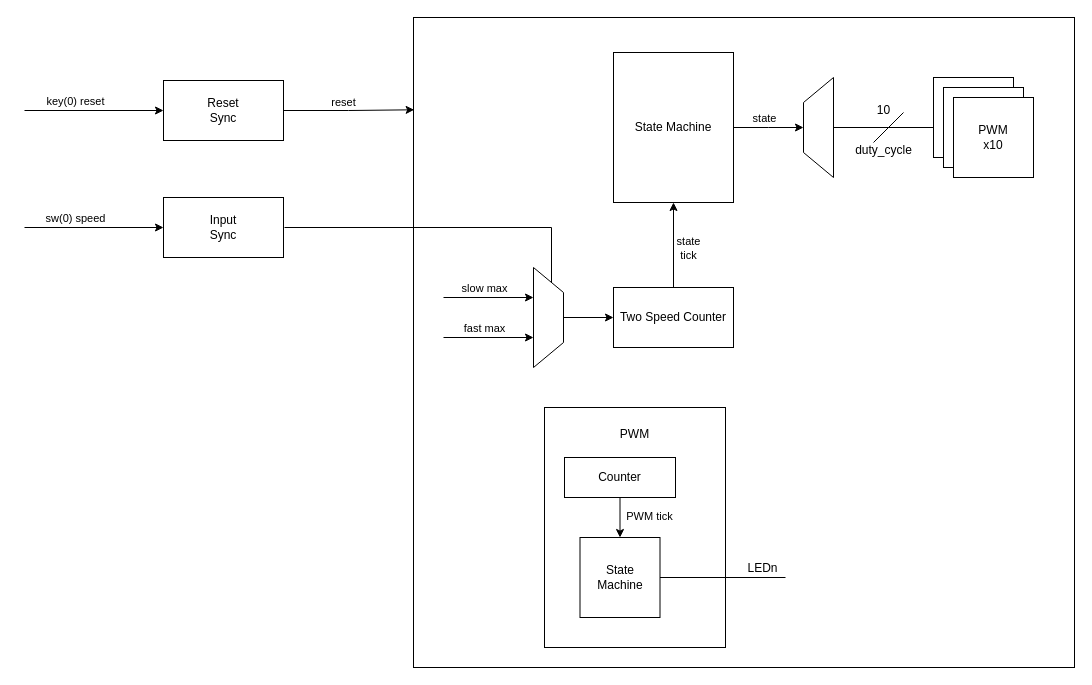
This is Diagrams/Lab 8/Lab 8 Block Diagram.drawio from Swenson-EE/EE457-Labs, a draw.io file, before an edit. Source tidied: cells renumbered, new cells numbered last; positions are measured from the earlier drawing's top-left corner, leaving out a move shared by most shapes. Both pictures are drawn from the tidied source at 100%, with x=0, y=0 at pixel (24, 17).
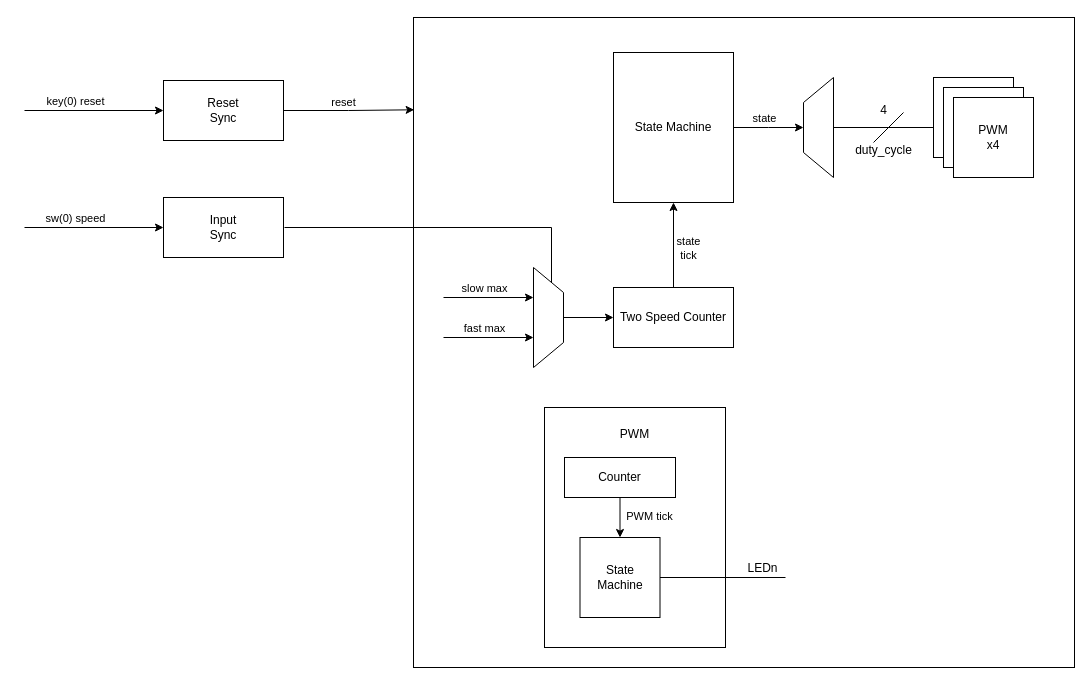
The same page after the edit.

Commit message:
Updated Lab 8 block diagram

Unchanged cells that the change refers to:
```xml
<mxCell id="15" style="group;" parent="1" vertex="1">
  <mxGeometry x="909" y="60" width="100" height="100" as="geometry" />
</mxCell>
```

Change to the diagram source:
```diff
@@
-    <mxCell id="13" value="10" style="text;html=1;align=center;verticalAlign=middle;strokeColor=none;fillColor=none;" parent="1" vertex="1">
-      <mxGeometry x="839" y="78" width="40" height="30" as="geometry" />
+    <mxCell id="13" value="4" style="text;html=1;align=center;verticalAlign=middle;strokeColor=none;fillColor=none;" parent="1" vertex="1">
+      <mxGeometry x="844" y="78" width="30" height="30" as="geometry" />
     </mxCell>
@@
-    <mxCell id="18" value="PWM&lt;div&gt;x10&lt;/div&gt;" style="whiteSpace=wrap;html=1;" parent="15" vertex="1">
+    <mxCell id="18" value="PWM&lt;div&gt;x4&lt;/div&gt;" style="whiteSpace=wrap;html=1;" parent="15" vertex="1">
       <mxGeometry x="20" y="20" width="80" height="80" as="geometry" />
     </mxCell>
```
